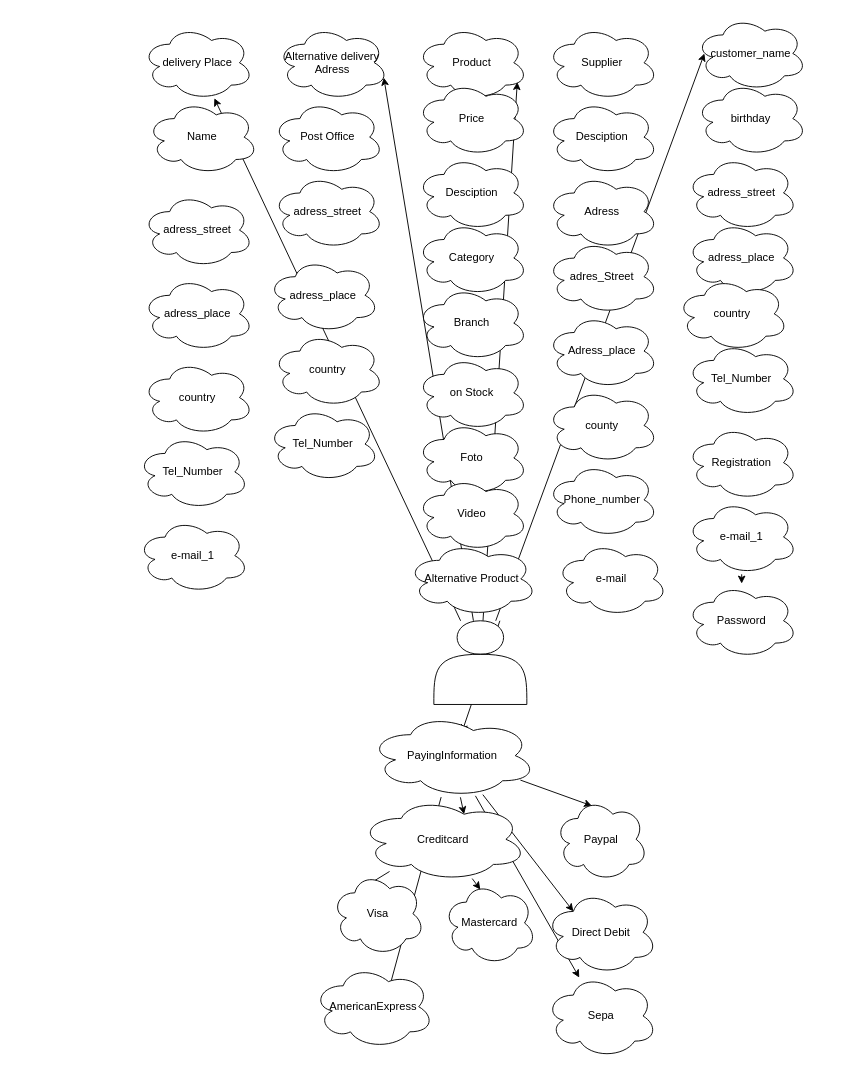
This is page "Famazon Visual_1" (1 of 2) of Michael/FamazonMichael.drawio from MichaelGarrigosa/backenddayone, a draw.io file, before an edit. Source tidied: cells renumbered, new cells numbered last; positions are measured from the earlier drawing's top-left corner, leaving out a move shared by most shapes. Both pictures are drawn from the tidied source at 93%, with x=0, y=0 at pixel (137, 16).
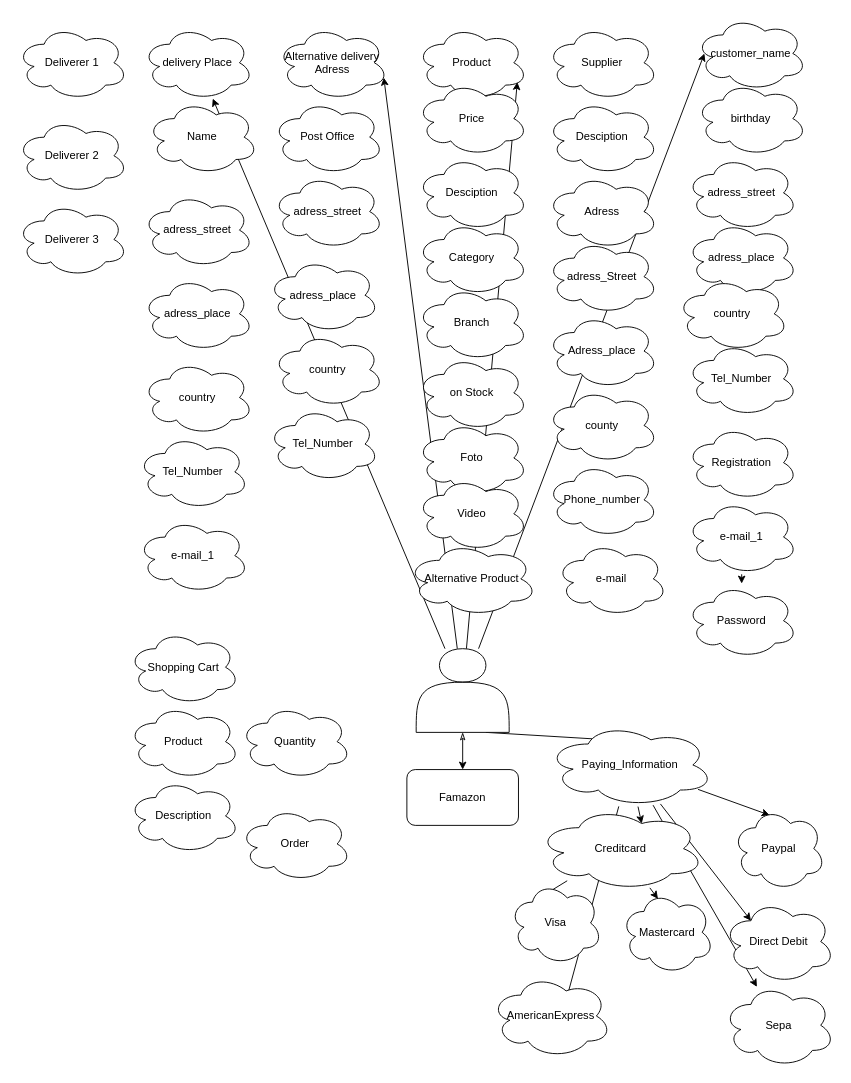
After the change.

The edit, as a diff of the source:
```diff
@@
-    <mxCell id="6" style="edgeStyle=none;html=1;entryX=0.556;entryY=0.222;entryDx=0;entryDy=0;entryPerimeter=0;" parent="1" edge="1" target="22">
-      <mxGeometry relative="1" as="geometry">
-        <mxPoint x="390" y="650" as="sourcePoint" />
-      </mxGeometry>
+    <mxCell id="6" style="edgeStyle=none;html=1;entryX=0.556;entryY=0.222;entryDx=0;entryDy=0;entryPerimeter=0;exitX=0.75;exitY=1;exitDx=0;exitDy=0;" parent="1" edge="1" source="7" target="22">
+      <mxGeometry relative="1" as="geometry" />
     </mxCell>
+    <mxCell id="64" style="edgeStyle=none;html=1;entryX=0.5;entryY=0;entryDx=0;entryDy=0;endArrow=classic;endFill=1;startArrow=classicThin;startFill=0;" parent="1" edge="1" source="7" target="73">
+      <mxGeometry relative="1" as="geometry" />
+    </mxCell>
     <mxCell id="7" style="shape=actor;whiteSpace=wrap;html=1;" parent="1" vertex="1">
-      <mxGeometry x="319" y="650" width="100" height="90" as="geometry" />
+      <mxGeometry x="300" y="680" width="100" height="90" as="geometry" />
     </mxCell>
@@
-    <mxCell id="22" value="PayingInformation" style="ellipse;shape=cloud;whiteSpace=wrap;html=1;" parent="1" vertex="1">
-      <mxGeometry x="249" y="750" width="180" height="90" as="geometry" />
+    <mxCell id="22" value="Paying_Information" style="ellipse;shape=cloud;whiteSpace=wrap;html=1;" parent="1" vertex="1">
+      <mxGeometry x="440" y="760" width="180" height="90" as="geometry" />
     </mxCell>
@@
     <mxCell id="25" value="Creditcard" style="ellipse;shape=cloud;whiteSpace=wrap;html=1;" parent="1" vertex="1">
-      <mxGeometry x="239" y="840" width="180" height="90" as="geometry" />
+      <mxGeometry x="430" y="850" width="180" height="90" as="geometry" />
     </mxCell>
     <mxCell id="26" value="Visa" style="ellipse;shape=cloud;whiteSpace=wrap;html=1;" parent="1" vertex="1">
-      <mxGeometry x="209" y="920" width="100" height="90" as="geometry" />
+      <mxGeometry x="400" y="930" width="100" height="90" as="geometry" />
     </mxCell>
     <mxCell id="27" value="Mastercard" style="ellipse;shape=cloud;whiteSpace=wrap;html=1;" parent="1" vertex="1">
-      <mxGeometry x="329" y="930" width="100" height="90" as="geometry" />
+      <mxGeometry x="520" y="940" width="100" height="90" as="geometry" />
     </mxCell>
     <mxCell id="28" value="AmericanExpress" style="ellipse;shape=cloud;whiteSpace=wrap;html=1;" parent="1" vertex="1">
-      <mxGeometry x="189" y="1020" width="130" height="90" as="geometry" />
+      <mxGeometry x="380" y="1030" width="130" height="90" as="geometry" />
     </mxCell>
     <mxCell id="29" value="Paypal" style="ellipse;shape=cloud;whiteSpace=wrap;html=1;" parent="1" vertex="1">
-      <mxGeometry x="449" y="840" width="100" height="90" as="geometry" />
+      <mxGeometry x="640" y="850" width="100" height="90" as="geometry" />
     </mxCell>
     <mxCell id="30" value="Direct Debit" style="ellipse;shape=cloud;whiteSpace=wrap;html=1;" parent="1" vertex="1">
-      <mxGeometry x="439" y="940" width="120" height="90" as="geometry" />
+      <mxGeometry x="630" y="950" width="120" height="90" as="geometry" />
     </mxCell>
     <mxCell id="31" value="Sepa" style="ellipse;shape=cloud;whiteSpace=wrap;html=1;" parent="1" vertex="1">
-      <mxGeometry x="439" y="1030" width="120" height="90" as="geometry" />
+      <mxGeometry x="630" y="1040" width="120" height="90" as="geometry" />
     </mxCell>
@@
-    <mxCell id="56" value="adres_Street" style="ellipse;shape=cloud;whiteSpace=wrap;html=1;" parent="1" vertex="1">
+    <mxCell id="56" value="adress_Street" style="ellipse;shape=cloud;whiteSpace=wrap;html=1;" parent="1" vertex="1">
       <mxGeometry x="440" y="240" width="120" height="80" as="geometry" />
     </mxCell>
@@
+    <mxCell id="65" value="Shopping Cart" style="ellipse;shape=cloud;whiteSpace=wrap;html=1;" parent="1" vertex="1">
+      <mxGeometry x="-10" y="660" width="120" height="80" as="geometry" />
+    </mxCell>
+    <mxCell id="66" value="Product" style="ellipse;shape=cloud;whiteSpace=wrap;html=1;" parent="1" vertex="1">
+      <mxGeometry x="-10" y="740" width="120" height="80" as="geometry" />
+    </mxCell>
+    <mxCell id="67" value="Quantity" style="ellipse;shape=cloud;whiteSpace=wrap;html=1;" parent="1" vertex="1">
+      <mxGeometry x="110" y="740" width="120" height="80" as="geometry" />
+    </mxCell>
+    <mxCell id="68" value="Description" style="ellipse;shape=cloud;whiteSpace=wrap;html=1;" parent="1" vertex="1">
+      <mxGeometry x="-10" y="820" width="120" height="80" as="geometry" />
+    </mxCell>
+    <mxCell id="69" value="Order" style="ellipse;shape=cloud;whiteSpace=wrap;html=1;" parent="1" vertex="1">
+      <mxGeometry x="110" y="850" width="120" height="80" as="geometry" />
+    </mxCell>
+    <mxCell id="70" value="Deliverer 1" style="ellipse;shape=cloud;whiteSpace=wrap;html=1;" parent="1" vertex="1">
+      <mxGeometry x="-130" y="10" width="120" height="80" as="geometry" />
+    </mxCell>
+    <mxCell id="71" value="Deliverer 2" style="ellipse;shape=cloud;whiteSpace=wrap;html=1;" parent="1" vertex="1">
+      <mxGeometry x="-130" y="110" width="120" height="80" as="geometry" />
+    </mxCell>
+    <mxCell id="72" value="Deliverer 3" style="ellipse;shape=cloud;whiteSpace=wrap;html=1;" parent="1" vertex="1">
+      <mxGeometry x="-130" y="200" width="120" height="80" as="geometry" />
+    </mxCell>
+    <mxCell id="73" value="Famazon" style="rounded=1;whiteSpace=wrap;html=1;" parent="1" vertex="1">
+      <mxGeometry x="290" y="810" width="120" height="60" as="geometry" />
+    </mxCell>
```
